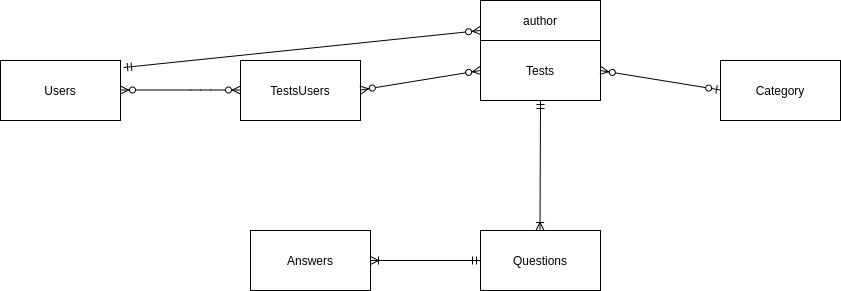
This is tmp/testguru.png from FedorMutovin/testguru, a draw.io export, as it was before one commit. Source tidied: cells renumbered, new cells last; positions are measured from the earlier drawing's top-left corner, leaving out a move shared by most shapes.
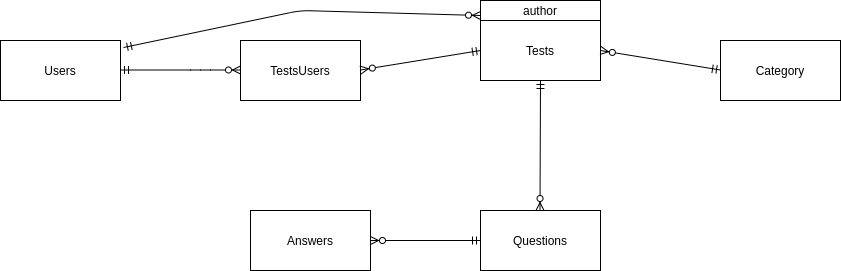
Above is the later version.

The edit, as a diff of the source:
```diff
@@ -5,7 +5,7 @@
     <mxCell id="2" value="Users" style="rounded=0;whiteSpace=wrap;html=1;" parent="1" vertex="1">
       <mxGeometry y="60" width="120" height="60" as="geometry" />
     </mxCell>
-    <mxCell id="3" style="endArrow=ERzeroToMany;html=1;targetPerimeterSpacing=2;startArrow=ERzeroToMany;startFill=1;endFill=1;" parent="1" edge="1">
+    <mxCell id="3" style="endArrow=ERzeroToMany;html=1;targetPerimeterSpacing=2;startArrow=ERmandOne;startFill=0;endFill=1;" parent="1" edge="1">
       <mxGeometry relative="1" as="geometry">
         <mxPoint x="120" y="89.5" as="sourcePoint" />
         <mxPoint x="240" y="89.5" as="targetPoint" />
@@ -17,7 +17,7 @@
     <mxCell id="4" value="TestsUsers" style="rounded=0;whiteSpace=wrap;html=1;" parent="1" vertex="1">
       <mxGeometry x="240" y="60" width="120" height="60" as="geometry" />
     </mxCell>
-    <mxCell id="5" style="endArrow=ERzeroToMany;html=1;targetPerimeterSpacing=2;startArrow=ERzeroToMany;startFill=1;endFill=1;entryX=0;entryY=0.5;entryDx=0;entryDy=0;" parent="1" edge="1" target="6">
+    <mxCell id="5" style="endArrow=ERmandOne;html=1;targetPerimeterSpacing=2;startArrow=ERzeroToMany;startFill=1;endFill=0;entryX=0;entryY=0.5;entryDx=0;entryDy=0;" parent="1" edge="1" target="6">
       <mxGeometry relative="1" as="geometry">
         <mxPoint x="360" y="89.5" as="sourcePoint" />
       </mxGeometry>
@@ -28,12 +28,12 @@
     <mxCell id="7" value="Category" style="rounded=0;whiteSpace=wrap;html=1;" parent="1" vertex="1">
       <mxGeometry x="720" y="60" width="120" height="60" as="geometry" />
     </mxCell>
-    <mxCell id="8" style="endArrow=ERzeroToOne;html=1;targetPerimeterSpacing=2;startArrow=ERzeroToMany;startFill=1;endFill=1;exitX=1;exitY=0.5;exitDx=0;exitDy=0;" parent="1" edge="1" source="6">
+    <mxCell id="8" style="endArrow=ERmandOne;html=1;targetPerimeterSpacing=2;startArrow=ERzeroToMany;startFill=1;endFill=0;exitX=1;exitY=0.5;exitDx=0;exitDy=0;" parent="1" edge="1" source="6">
       <mxGeometry relative="1" as="geometry">
         <mxPoint x="720" y="89.5" as="targetPoint" />
       </mxGeometry>
     </mxCell>
-    <mxCell id="9" style="endArrow=ERmandOne;html=1;startArrow=ERoneToMany;startFill=0;endFill=0;entryX=0.5;entryY=1;entryDx=0;entryDy=0;" parent="1" edge="1" target="6">
+    <mxCell id="9" style="endArrow=ERmandOne;html=1;startArrow=ERzeroToMany;startFill=1;endFill=0;entryX=0.5;entryY=1;entryDx=0;entryDy=0;" parent="1" edge="1" target="6">
       <mxGeometry relative="1" as="geometry">
         <mxPoint x="539.5" y="230" as="sourcePoint" />
       </mxGeometry>
@@ -41,7 +41,7 @@
     <mxCell id="10" value="Questions" style="rounded=0;whiteSpace=wrap;html=1;" parent="1" vertex="1">
       <mxGeometry x="480" y="230" width="120" height="60" as="geometry" />
     </mxCell>
-    <mxCell id="11" style="endArrow=ERmandOne;html=1;entryX=0;entryY=0.5;entryDx=0;entryDy=0;startArrow=ERoneToMany;startFill=0;endFill=0;" parent="1" edge="1" target="10">
+    <mxCell id="11" style="endArrow=ERmandOne;html=1;entryX=0;entryY=0.5;entryDx=0;entryDy=0;startArrow=ERzeroToMany;startFill=1;endFill=0;" parent="1" edge="1" target="10">
       <mxGeometry relative="1" as="geometry">
         <mxPoint x="370" y="260" as="sourcePoint" />
       </mxGeometry>
@@ -50,10 +50,14 @@
       <mxGeometry x="250" y="230" width="120" height="60" as="geometry" />
     </mxCell>
     <mxCell id="13" value="author" style="rounded=0;whiteSpace=wrap;html=1;" parent="1" vertex="1">
-      <mxGeometry x="480" width="120" height="40" as="geometry" />
+      <mxGeometry x="480" y="20" width="120" height="20" as="geometry" />
     </mxCell>
     <mxCell id="14" style="endArrow=ERzeroToMany;html=1;startArrow=ERmandOne;startFill=0;exitX=1.025;exitY=0.117;exitDx=0;exitDy=0;exitPerimeter=0;endFill=1;entryX=0;entryY=0.75;entryDx=0;entryDy=0;" parent="1" edge="1" source="2" target="13">
-      <mxGeometry relative="1" as="geometry" />
+      <mxGeometry relative="1" as="geometry">
+        <Array as="points">
+          <mxPoint x="300" y="30" />
+        </Array>
+      </mxGeometry>
     </mxCell>
   </root>
 </mxGraphModel>
```
